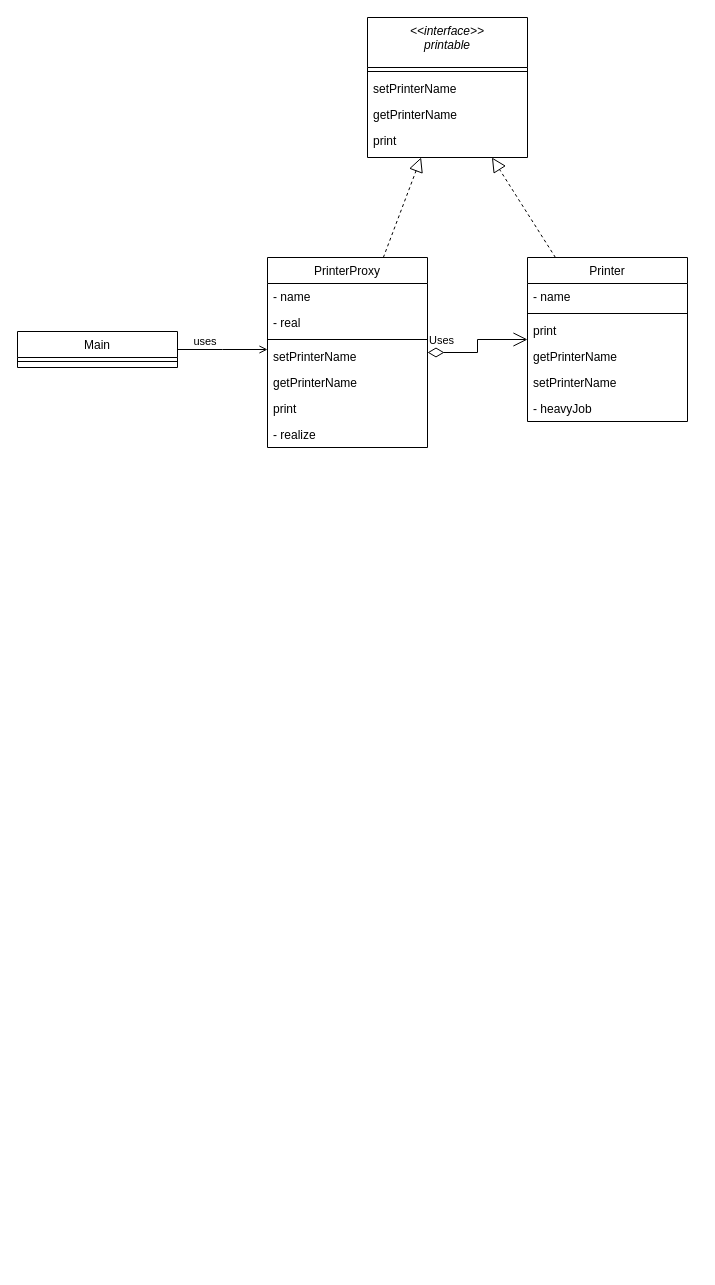
This is part9/chapter21/proxyPattern_classdiagram.drawio from changu100/JAVA_GOF_design_pattern, a draw.io file, before an edit. Source tidied: cells renumbered, new cells numbered last; positions are measured from the earlier drawing's top-left corner, leaving out a move shared by most shapes. Both pictures are drawn from the tidied source at 100%, with x=0, y=0 at pixel (17, 17).
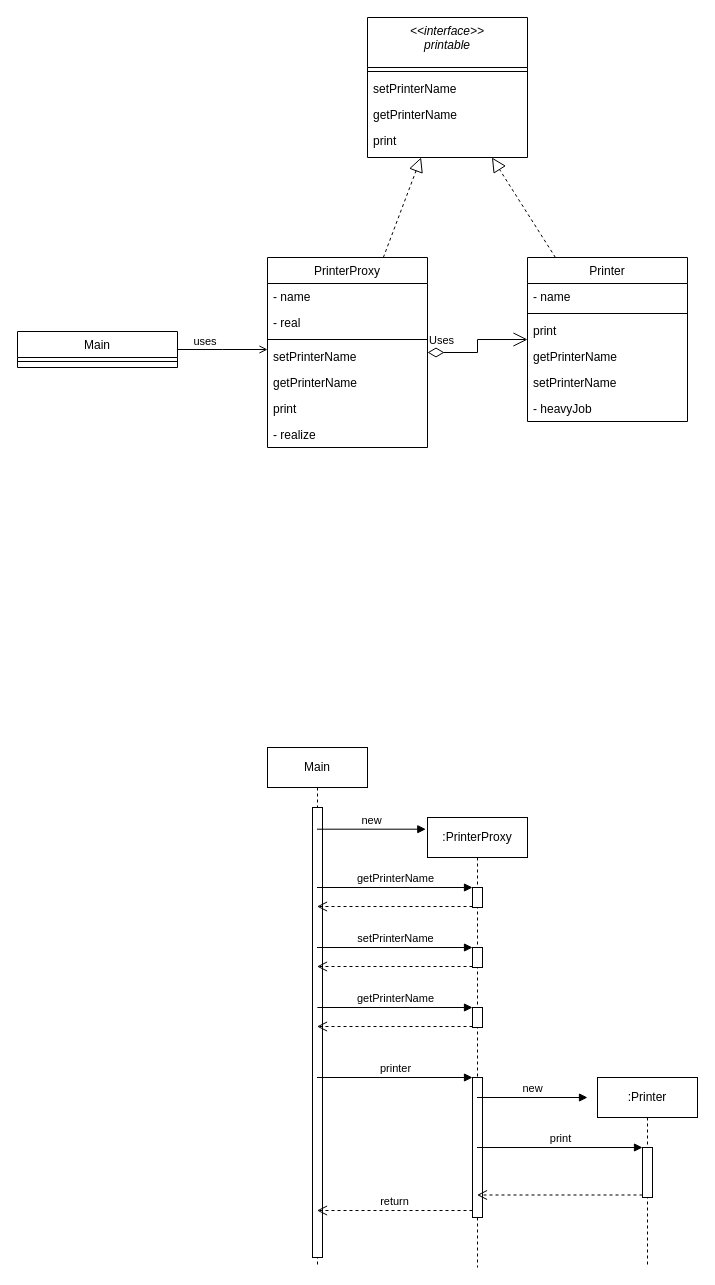
Above is the later version.

Commit message (it also covers changes not shown here):
proxy diagram

What changed in the source:
```diff
@@
+    <mxCell id="28" value="Main" style="shape=umlLifeline;perimeter=lifelinePerimeter;whiteSpace=wrap;html=1;outlineConnect=0;" parent="1" vertex="1">
+      <mxGeometry x="250" y="730" width="100" height="520" as="geometry" />
+    </mxCell>
+    <mxCell id="29" style="html=1;perimeter=orthogonalPerimeter;" parent="28" vertex="1">
+      <mxGeometry x="45" y="60" width="10" height="450" as="geometry" />
+    </mxCell>
+    <mxCell id="30" value=":PrinterProxy" style="shape=umlLifeline;perimeter=lifelinePerimeter;whiteSpace=wrap;html=1;outlineConnect=0;" parent="1" vertex="1">
+      <mxGeometry x="410" y="800" width="100" height="450" as="geometry" />
+    </mxCell>
+    <mxCell id="31" style="html=1;points=[];perimeter=orthogonalPerimeter;" parent="30" vertex="1">
+      <mxGeometry x="45" y="70" width="10" height="20" as="geometry" />
+    </mxCell>
+    <mxCell id="32" style="html=1;points=[];perimeter=orthogonalPerimeter;" parent="30" vertex="1">
+      <mxGeometry x="45" y="130" width="10" height="20" as="geometry" />
+    </mxCell>
+    <mxCell id="33" style="html=1;points=[];perimeter=orthogonalPerimeter;" parent="30" vertex="1">
+      <mxGeometry x="45" y="190" width="10" height="20" as="geometry" />
+    </mxCell>
+    <mxCell id="34" style="html=1;points=[];perimeter=orthogonalPerimeter;" parent="30" vertex="1">
+      <mxGeometry x="45" y="260" width="10" height="140" as="geometry" />
+    </mxCell>
+    <mxCell id="35" value=":Printer" style="shape=umlLifeline;perimeter=lifelinePerimeter;whiteSpace=wrap;html=1;" parent="1" vertex="1">
+      <mxGeometry x="580" y="1060" width="100" height="190" as="geometry" />
+    </mxCell>
+    <mxCell id="36" style="html=1;points=[];perimeter=orthogonalPerimeter;" parent="35" vertex="1">
+      <mxGeometry x="45" y="70" width="10" height="50" as="geometry" />
+    </mxCell>
+    <mxCell id="37" value="getPrinterName" style="html=1;verticalAlign=bottom;endArrow=block;entryX=0;entryY=0;rounded=0;" parent="1" edge="1" source="28" target="31">
+      <mxGeometry relative="1" as="geometry" />
+    </mxCell>
+    <mxCell id="38" style="html=1;verticalAlign=bottom;endArrow=open;dashed=1;endSize=8;exitX=0;exitY=0.95;rounded=0;" parent="1" edge="1" source="31" target="28">
+      <mxGeometry relative="1" as="geometry" />
+    </mxCell>
+    <mxCell id="39" value="setPrinterName" style="html=1;verticalAlign=bottom;endArrow=block;entryX=0;entryY=0;rounded=0;" parent="1" edge="1" source="28" target="32">
+      <mxGeometry relative="1" as="geometry" />
+    </mxCell>
+    <mxCell id="40" style="html=1;verticalAlign=bottom;endArrow=open;dashed=1;endSize=8;exitX=0;exitY=0.95;rounded=0;" parent="1" edge="1" source="32" target="28">
+      <mxGeometry relative="1" as="geometry" />
+    </mxCell>
+    <mxCell id="41" value="new" style="html=1;verticalAlign=bottom;endArrow=block;rounded=0;entryX=-0.017;entryY=0.026;entryDx=0;entryDy=0;entryPerimeter=0;" parent="1" edge="1" source="28" target="30">
+      <mxGeometry relative="1" as="geometry" />
+    </mxCell>
+    <mxCell id="42" value="getPrinterName" style="html=1;verticalAlign=bottom;endArrow=block;entryX=0;entryY=0;rounded=0;" parent="1" edge="1" target="33">
+      <mxGeometry relative="1" as="geometry">
+        <mxPoint x="299.9" y="990" as="sourcePoint" />
+      </mxGeometry>
+    </mxCell>
+    <mxCell id="43" style="html=1;verticalAlign=bottom;endArrow=open;dashed=1;endSize=8;exitX=0;exitY=0.95;rounded=0;" parent="1" edge="1" source="33" target="28">
+      <mxGeometry relative="1" as="geometry" />
+    </mxCell>
+    <mxCell id="44" value="printer" style="html=1;verticalAlign=bottom;endArrow=block;entryX=0;entryY=0;rounded=0;" parent="1" edge="1" source="28" target="34">
+      <mxGeometry relative="1" as="geometry" />
+    </mxCell>
+    <mxCell id="45" value="return" style="html=1;verticalAlign=bottom;endArrow=open;dashed=1;endSize=8;exitX=0;exitY=0.95;rounded=0;" parent="1" edge="1" source="34" target="28">
+      <mxGeometry relative="1" as="geometry" />
+    </mxCell>
+    <mxCell id="46" value="new" style="html=1;verticalAlign=bottom;endArrow=block;rounded=0;" parent="1" edge="1" source="30">
+      <mxGeometry relative="1" as="geometry">
+        <mxPoint x="570" y="1080" as="targetPoint" />
+      </mxGeometry>
+    </mxCell>
+    <mxCell id="47" value="print" style="html=1;verticalAlign=bottom;endArrow=block;entryX=0;entryY=0;rounded=0;" parent="1" edge="1" source="30" target="36">
+      <mxGeometry relative="1" as="geometry" />
+    </mxCell>
+    <mxCell id="48" style="html=1;verticalAlign=bottom;endArrow=open;dashed=1;endSize=8;exitX=0;exitY=0.95;rounded=0;" parent="1" edge="1" source="36" target="30">
+      <mxGeometry relative="1" as="geometry" />
+    </mxCell>
```
